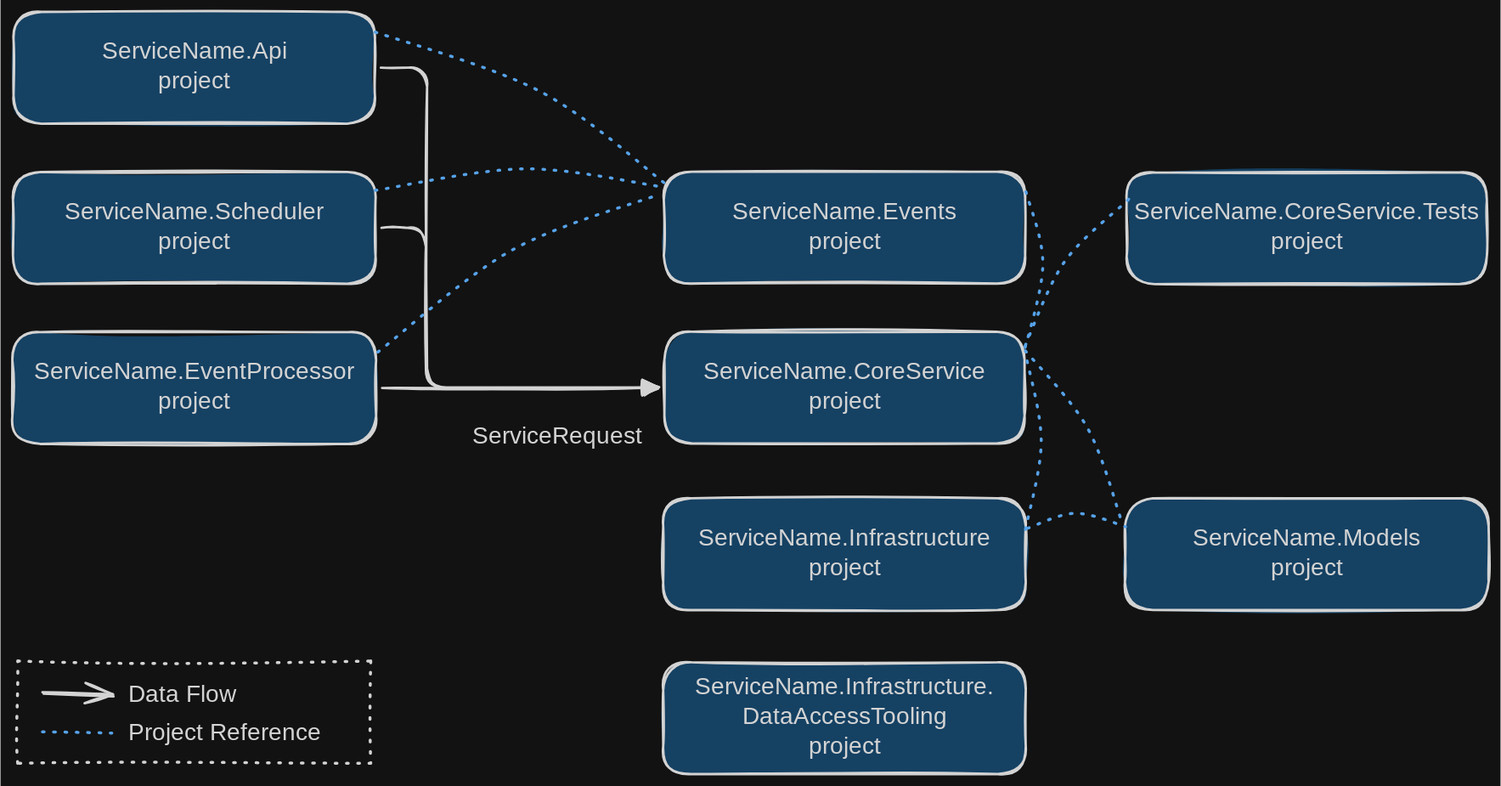
Above: resources/schemas/CatServiceProjectStructure.excalidraw.svg in gmarginet/CleanArchitectureToolkit (Excalidraw), before the change. Source tidied: one line per element, renumbered; positions are measured from the earlier drawing's top-left corner, leaving out a move shared by most shapes.
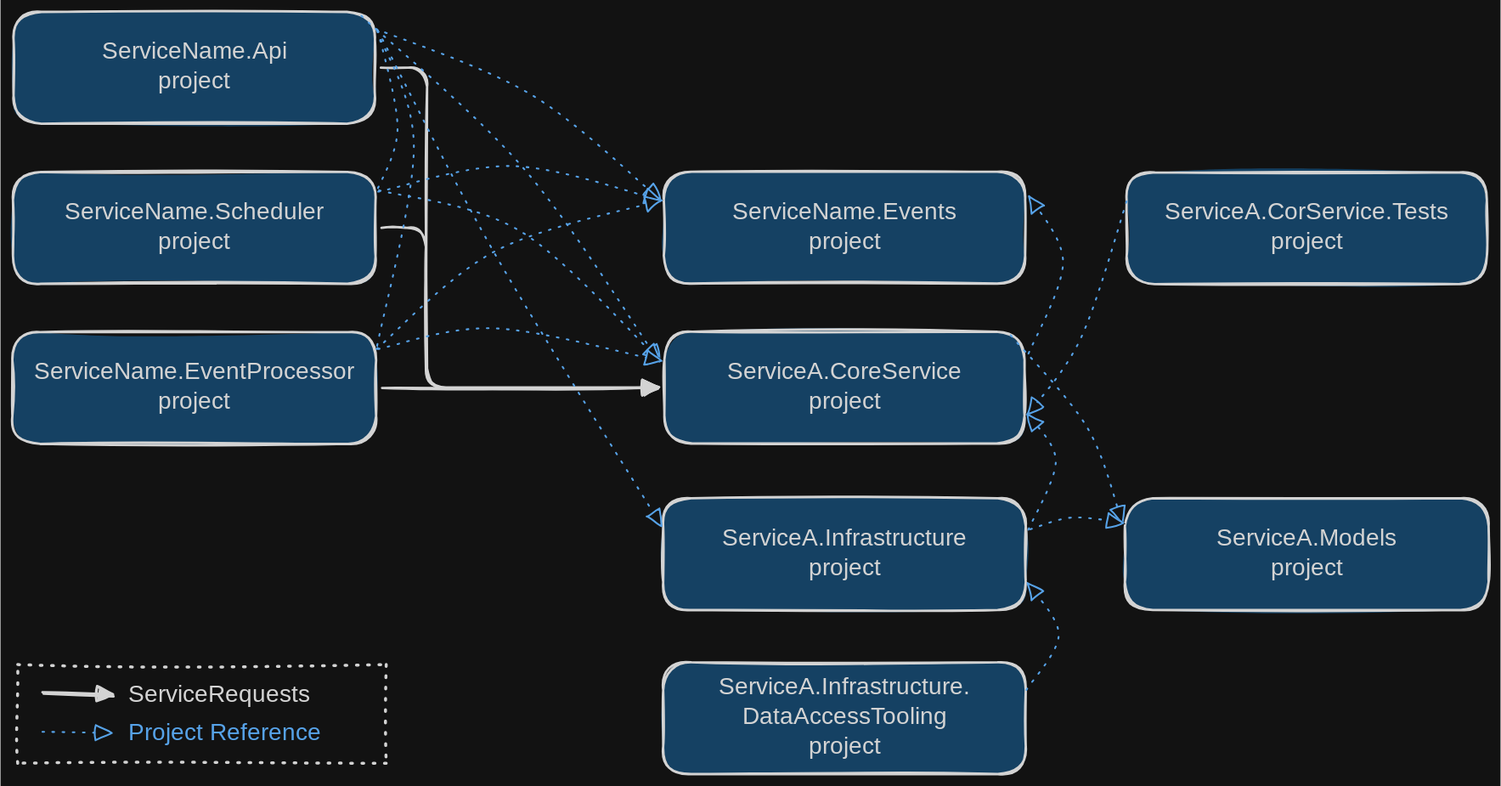
The same file after the commit.

Commit message:
Schema change based on the last documentation changes

The edit, as a diff of the source:
```diff
@@ -6,7 +6,6 @@
 {"id": 5, "type": "text", "text": "ServiceA.CoreService\nproject", "strokeColor": "#1e1e1e", "strokeWidth": 2, "roughness": 1, "fontSize": 20, "fontFamily": 5, "textAlign": "center", "verticalAlign": "middle", "inside": 4, "x": 601, "y": 291, "width": 197, "height": 50}
 {"id": 6, "type": "arrow", "strokeColor": "#1e1e1e", "strokeWidth": 2, "roughness": 1, "endArrowhead": "triangle", "from": 2, "to": 4, "x": 310, "y": 47, "width": 234, "height": 269, "points": [[0, 0], [39, 0], [39, 269], [234, 269]]}
 {"id": 7, "type": "arrow", "strokeColor": "#1e1e1e", "strokeWidth": 2, "roughness": 1, "endArrowhead": "triangle", "from": 0, "to": 4, "x": 310, "y": 182, "width": 233, "height": 134, "points": [[0, 0], [37, 0], [37, 134], [233, 134]]}
-{"id": 8, "type": "text", "text": "ServiceRequest", "strokeColor": "#1e1e1e", "strokeWidth": 2, "roughness": 1, "fontSize": 20, "fontFamily": 5, "x": 387, "y": 346, "width": 147, "height": 25}
 {"id": 9, "type": "rectangle", "strokeColor": "#1e1e1e", "backgroundColor": "#a5d8ff", "fillStyle": "solid", "strokeWidth": 2, "roughness": 1, "round": true, "x": 548, "y": 134, "width": 304, "height": 94}
 {"id": 10, "type": "text", "text": "ServiceName.Events\nproject", "strokeColor": "#1e1e1e", "strokeWidth": 2, "roughness": 1, "fontSize": 20, "fontFamily": 5, "textAlign": "center", "verticalAlign": "middle", "inside": 9, "x": 606, "y": 156, "width": 189, "height": 50}
 {"id": 11, "type": "rectangle", "strokeColor": "#1e1e1e", "backgroundColor": "#a5d8ff", "fillStyle": "solid", "strokeWidth": 2, "roughness": 1, "round": true, "x": 548, "y": 409, "width": 305, "height": 94}
@@ -17,19 +16,26 @@
 {"id": 16, "type": "text", "text": "ServiceA.Infrastructure.\nDataAccessTooling\nproject", "strokeColor": "#1e1e1e", "strokeWidth": 2, "roughness": 1, "fontSize": 20, "fontFamily": 5, "textAlign": "center", "verticalAlign": "middle", "inside": 15, "x": 583, "y": 556, "width": 234, "height": 75}
 {"id": 17, "type": "rectangle", "strokeColor": "#1e1e1e", "backgroundColor": "#a5d8ff", "fillStyle": "solid", "strokeWidth": 2, "roughness": 1, "round": true, "x": 937, "y": 135, "width": 303, "height": 94}
 {"id": 18, "type": "text", "text": "ServiceA.CorService.Tests\nproject", "strokeColor": "#1e1e1e", "strokeWidth": 2, "roughness": 1, "fontSize": 20, "fontFamily": 5, "textAlign": "center", "verticalAlign": "middle", "inside": 17, "x": 963, "y": 157, "width": 251, "height": 50}
-{"id": 19, "type": "arrow", "strokeColor": "#1971c2", "strokeWidth": 2, "strokeStyle": "dotted", "roughness": 1, "round": true, "x": 26, "y": 605, "width": 57, "height": 1, "points": [[0, 0], [57, 1]]}
+{"id": 19, "type": "arrow", "strokeColor": "#1971c2", "strokeWidth": 1, "strokeStyle": "dotted", "roughness": 1, "endArrowhead": "triangle_outline", "round": true, "x": 26, "y": 605, "width": 57, "height": 1, "points": [[0, 0], [57, 1]]}
-{"id": 20, "type": "text", "text": "Project Reference", "strokeColor": "#1e1e1e", "strokeWidth": 2, "strokeStyle": "dotted", "roughness": 1, "fontSize": 20, "fontFamily": 5, "x": 98, "y": 595, "width": 176, "height": 25}
+{"id": 20, "type": "text", "text": "Project Reference", "strokeColor": "#1971c2", "strokeWidth": 2, "strokeStyle": "dotted", "roughness": 1, "fontSize": 20, "fontFamily": 5, "x": 98, "y": 595, "width": 176, "height": 25}
-{"id": 21, "type": "arrow", "strokeColor": "#1e1e1e", "strokeWidth": 2, "roughness": 1, "endArrowhead": "arrow", "round": true, "x": 26, "y": 574, "width": 59, "height": 1, "points": [[0, 0], [59, 1]]}
+{"id": 21, "type": "arrow", "strokeColor": "#1e1e1e", "strokeWidth": 2, "roughness": 1, "endArrowhead": "triangle", "round": true, "x": 26, "y": 574, "width": 59, "height": 1, "points": [[0, 0], [59, 1]]}
-{"id": 22, "type": "text", "text": "Data Flow", "strokeColor": "#1e1e1e", "strokeWidth": 2, "roughness": 1, "fontSize": 20, "fontFamily": 5, "x": 98, "y": 563, "width": 101, "height": 25}
+{"id": 22, "type": "text", "text": "ServiceRequests", "strokeColor": "#1e1e1e", "strokeWidth": 2, "roughness": 1, "fontSize": 20, "fontFamily": 5, "x": 98, "y": 563, "width": 158, "height": 25}
-{"id": 23, "type": "rectangle", "strokeColor": "#1e1e1e", "strokeWidth": 2, "strokeStyle": "dotted", "roughness": 1, "x": 4, "y": 546, "width": 297, "height": 86}
+{"id": 23, "type": "rectangle", "strokeColor": "#1e1e1e", "strokeWidth": 2, "strokeStyle": "dotted", "roughness": 1, "x": 4, "y": 549, "width": 310, "height": 83}
 {"id": 24, "type": "rectangle", "strokeColor": "#1e1e1e", "backgroundColor": "#a5d8ff", "fillStyle": "solid", "strokeWidth": 2, "roughness": 1, "round": true, "x": 0, "y": 269, "width": 306, "height": 94}
 {"id": 25, "type": "text", "text": "ServiceName.EventProcessor\nproject", "strokeColor": "#1e1e1e", "strokeWidth": 2, "roughness": 1, "fontSize": 20, "fontFamily": 5, "textAlign": "center", "verticalAlign": "middle", "inside": 24, "x": 16, "y": 291, "width": 275, "height": 50}
 {"id": 26, "type": "arrow", "strokeColor": "#1e1e1e", "strokeWidth": 2, "roughness": 1, "endArrowhead": "triangle", "from": 24, "x": 311, "y": 316, "width": 232, "height": 0, "points": [[0, 0], [232, 0]]}
-{"id": 27, "type": "arrow", "strokeColor": "#1971c2", "strokeWidth": 2, "strokeStyle": "dotted", "roughness": 1, "round": true, "from": 2, "to": 9, "x": 306, "y": 18, "width": 244, "height": 127, "points": [[0, 0], [137, 48], [244, 127]]}
+{"id": 27, "type": "arrow", "strokeColor": "#1971c2", "strokeWidth": 1, "strokeStyle": "dotted", "roughness": 1, "endArrowhead": "triangle_outline", "round": true, "from": 2, "to": 9, "x": 306, "y": 15, "width": 240, "height": 144, "points": [[0, 0], [130, 54], [240, 144]]}
-{"id": 28, "type": "arrow", "strokeColor": "#1971c2", "strokeWidth": 2, "strokeStyle": "dotted", "roughness": 1, "round": true, "from": 0, "to": 9, "x": 306, "y": 150, "width": 243, "height": 19, "points": [[0, 0], [125, -19], [243, -4]]}
+{"id": 28, "type": "arrow", "strokeColor": "#1971c2", "strokeWidth": 1, "strokeStyle": "dotted", "roughness": 1, "endArrowhead": "triangle_outline", "round": true, "from": 2, "to": 4, "x": 294, "y": 3, "width": 251, "height": 290, "points": [[0, 0], [137, 128], [251, 290]]}
-{"id": 29, "type": "arrow", "strokeColor": "#1971c2", "strokeWidth": 2, "strokeStyle": "dotted", "roughness": 1, "round": true, "from": 24, "to": 9, "x": 306, "y": 285, "width": 238, "height": 131, "points": [[0, 0], [112, -85], [238, -131]]}
+{"id": 29, "type": "arrow", "strokeColor": "#1971c2", "strokeWidth": 1, "strokeStyle": "dotted", "roughness": 1, "endArrowhead": "triangle_outline", "round": true, "from": 2, "to": 11, "x": 306, "y": 15, "width": 240, "height": 418, "points": [[0, 0], [99, 189], [240, 418]]}
-{"id": 30, "type": "arrow", "strokeColor": "#1971c2", "strokeWidth": 2, "strokeStyle": "dotted", "roughness": 1, "round": true, "from": 9, "to": 4, "x": 852, "y": 151, "width": 16, "height": 137, "points": [[0, 0], [14, 61], [-2, 137]]}
+{"id": 30, "type": "arrow", "strokeColor": "#1971c2", "strokeWidth": 1, "strokeStyle": "dotted", "roughness": 1, "startArrowhead": "triangle_outline", "round": true, "from": 9, "to": 4, "x": 855, "y": 155, "width": 29, "height": 134, "points": [[0, 0], [28, 55], [-1, 134]]}
-{"id": 31, "type": "arrow", "strokeColor": "#1971c2", "strokeWidth": 2, "strokeStyle": "dotted", "roughness": 1, "round": true, "from": 17, "to": 4, "x": 938, "y": 157, "width": 89, "height": 128, "points": [[0, 0], [-54, 53], [-89, 128]]}
+{"id": 31, "type": "arrow", "strokeColor": "#1971c2", "strokeWidth": 1, "strokeStyle": "dotted", "roughness": 1, "endArrowhead": "triangle_outline", "round": true, "from": 17, "to": 4, "x": 936, "y": 159, "width": 83, "height": 179, "points": [[0, 0], [-38, 115], [-83, 179]]}
-{"id": 32, "type": "arrow", "strokeColor": "#1971c2", "strokeWidth": 2, "strokeStyle": "dotted", "roughness": 1, "round": true, "from": 11, "to": 4, "x": 853, "y": 435, "width": 14, "height": 149, "points": [[0, 0], [12, -74], [-2, -149]]}
+{"id": 32, "type": "arrow", "strokeColor": "#1971c2", "strokeWidth": 1, "strokeStyle": "dotted", "roughness": 1, "endArrowhead": "triangle_outline", "round": true, "from": 11, "to": 4, "x": 856, "y": 435, "width": 25, "height": 98, "points": [[0, 0], [22, -57], [-3, -98]]}
-{"id": 33, "type": "arrow", "strokeColor": "#1971c2", "strokeWidth": 2, "strokeStyle": "dotted", "roughness": 1, "round": true, "from": 4, "to": 13, "x": 851, "y": 286, "width": 83, "height": 143, "points": [[0, 0], [53, 63], [83, 143]]}
+{"id": 33, "type": "arrow", "strokeColor": "#1971c2", "strokeWidth": 1, "strokeStyle": "dotted", "roughness": 1, "endArrowhead": "triangle_outline", "round": true, "from": 4, "to": 13, "x": 839, "y": 273, "width": 95, "height": 156, "points": [[0, 0], [65, 76], [95, 156]]}
-{"id": 34, "type": "arrow", "strokeColor": "#1971c2", "strokeWidth": 2, "strokeStyle": "dotted", "roughness": 1, "round": true, "from": 11, "to": 13, "x": 853, "y": 434, "width": 83, "height": 13, "points": [[0, 0], [40, -13], [83, -1]]}
+{"id": 34, "type": "arrow", "strokeColor": "#1971c2", "strokeWidth": 1, "strokeStyle": "dotted", "roughness": 1, "endArrowhead": "triangle_outline", "round": true, "from": 11, "to": 13, "x": 855, "y": 435, "width": 79, "height": 10, "points": [[0, 0], [35, -10], [79, -5]]}
+{"id": 35, "type": "arrow", "strokeColor": "#1971c2", "strokeWidth": 1, "strokeStyle": "dotted", "roughness": 1, "round": true, "from": 2, "to": 0, "x": 306, "y": 15, "width": 17, "height": 137, "points": [[0, 0], [17, 84], [1, 137]]}
+{"id": 36, "type": "arrow", "strokeColor": "#1971c2", "strokeWidth": 1, "strokeStyle": "dotted", "roughness": 1, "round": true, "from": 2, "to": 24, "x": 307, "y": 15, "width": 30, "height": 270, "points": [[0, 0], [30, 98], [1, 270]]}
+{"id": 37, "type": "arrow", "strokeColor": "#1971c2", "strokeWidth": 1, "strokeStyle": "dotted", "roughness": 1, "endArrowhead": "triangle_outline", "round": true, "from": 0, "to": 4, "x": 307, "y": 150, "width": 238, "height": 143, "points": [[0, 0], [120, 35], [238, 143]]}
+{"id": 38, "type": "arrow", "strokeColor": "#1971c2", "strokeWidth": 1, "strokeStyle": "dotted", "roughness": 1, "endArrowhead": "triangle_outline", "round": true, "from": 0, "to": 9, "x": 307, "y": 150, "width": 239, "height": 29, "points": [[0, 0], [113, -20], [239, 9]]}
+{"id": 39, "type": "arrow", "strokeColor": "#1971c2", "strokeWidth": 1, "strokeStyle": "dotted", "roughness": 1, "endArrowhead": "triangle_outline", "round": true, "from": 24, "to": 9, "x": 307, "y": 284, "width": 240, "height": 125, "points": [[0, 0], [100, -82], [240, -125]]}
+{"id": 40, "type": "arrow", "strokeColor": "#1971c2", "strokeWidth": 1, "strokeStyle": "dotted", "roughness": 1, "endArrowhead": "triangle_outline", "round": true, "from": 24, "to": 4, "x": 308, "y": 285, "width": 237, "height": 26, "points": [[0, 0], [99, -18], [237, 8]]}
+{"id": 41, "type": "arrow", "strokeColor": "#1971c2", "strokeWidth": 1, "strokeStyle": "dotted", "roughness": 1, "endArrowhead": "triangle_outline", "round": true, "from": 15, "to": 11, "x": 853, "y": 571, "width": 27, "height": 92, "points": [[0, 0], [27, -48], [1, -92]]}
```
